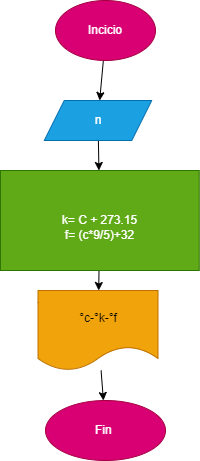
Before: diagrama.png, a diagram exported from draw.io (n4ncy27/-_quiz_). Source tidied: cells renumbered, new cells last; positions are measured from the earlier drawing's top-left corner, leaving out a move shared by most shapes.
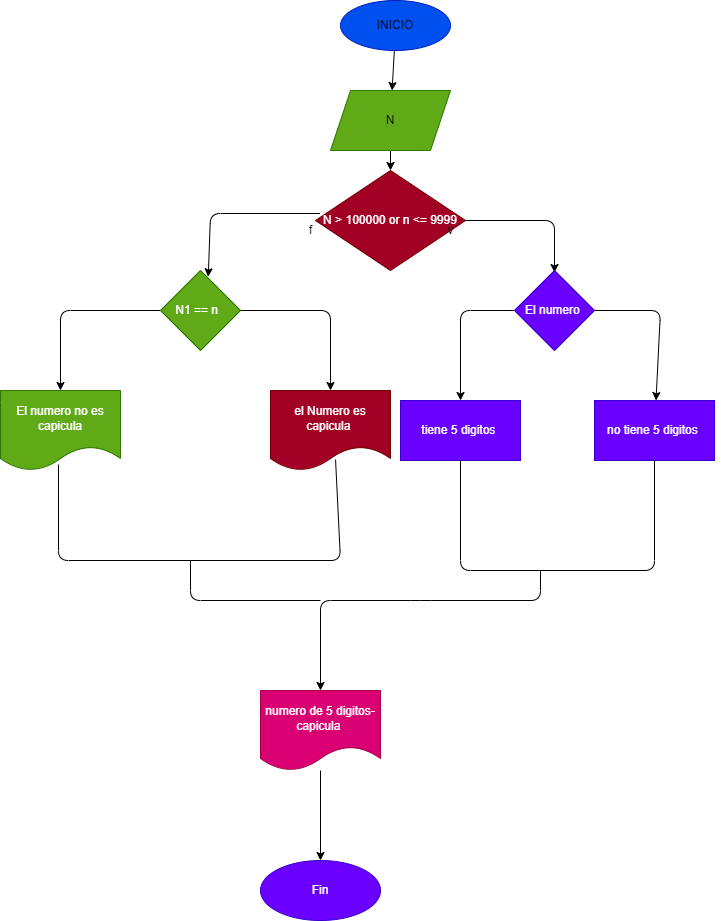
After the change.

Change to the diagram source:
```diff
@@ -2,32 +2,139 @@
   <root>
     <mxCell id="0" />
     <mxCell id="1" parent="0" />
+    <mxCell id="5" style="edgeStyle=none;html=1;fontColor=#000000;" parent="1" edge="1" source="2" target="4">
+      <mxGeometry relative="1" as="geometry" />
+    </mxCell>
-    <mxCell id="2" style="edgeStyle=none;html=1;" parent="1" edge="1" source="3" target="5">
-      <mxGeometry relative="1" as="geometry" />
+    <mxCell id="2" value="&lt;font color=&quot;#000000&quot;&gt;INICIO&lt;/font&gt;" style="ellipse;whiteSpace=wrap;html=1;fillColor=#0050ef;strokeColor=#001DBC;fontColor=#ffffff;" parent="1" vertex="1">
+      <mxGeometry x="25" width="110" height="50" as="geometry" />
     </mxCell>
-    <mxCell id="3" value="Incicio" style="ellipse;whiteSpace=wrap;html=1;fillColor=#d80073;fontColor=#ffffff;strokeColor=#A50040;" parent="1" vertex="1">
-      <mxGeometry x="55" width="100" height="60" as="geometry" />
-    </mxCell>
+    <mxCell id="7" style="edgeStyle=none;html=1;" parent="1" edge="1" source="4" target="11">
+      <mxGeometry relative="1" as="geometry" />
+    </mxCell>
-    <mxCell id="4" style="edgeStyle=none;html=1;" parent="1" edge="1" source="5" target="7">
-      <mxGeometry relative="1" as="geometry" />
+    <mxCell id="4" value="&lt;font color=&quot;#000000&quot;&gt;N&lt;/font&gt;" style="shape=parallelogram;perimeter=parallelogramPerimeter;whiteSpace=wrap;html=1;fixedSize=1;fillColor=#60a917;strokeColor=#2D7600;fontColor=#ffffff;" parent="1" vertex="1">
+      <mxGeometry x="15" y="90" width="120" height="60" as="geometry" />
     </mxCell>
-    <mxCell id="5" value="n" style="shape=parallelogram;perimeter=parallelogramPerimeter;whiteSpace=wrap;html=1;fixedSize=1;fillColor=#1ba1e2;strokeColor=#006EAF;fontColor=#ffffff;" parent="1" vertex="1">
-      <mxGeometry x="43.8" y="100" width="107.5" height="40" as="geometry" />
-    </mxCell>
-    <mxCell id="6" style="edgeStyle=none;html=1;" parent="1" edge="1" source="7" target="9">
-      <mxGeometry relative="1" as="geometry" />
-    </mxCell>
-    <mxCell id="7" value="&amp;nbsp;&amp;nbsp;&lt;br&gt;k= C + 273.15&lt;br&gt;f= (c*9/5)+32" style="whiteSpace=wrap;html=1;fillColor=#60a917;strokeColor=#2D7600;fontColor=#ffffff;" parent="1" vertex="1">
-      <mxGeometry y="170" width="198.8" height="100" as="geometry" />
-    </mxCell>
-    <mxCell id="8" style="edgeStyle=none;html=1;" parent="1" edge="1" source="9" target="10">
-      <mxGeometry relative="1" as="geometry" />
-    </mxCell>
+    <mxCell id="11" value="N &amp;gt; 100000 or n &amp;lt;= 9999" style="rhombus;whiteSpace=wrap;html=1;fillColor=#a20025;strokeColor=#6F0000;fontColor=#ffffff;" parent="1" vertex="1">
+      <mxGeometry y="170" width="150" height="100" as="geometry" />
+    </mxCell>
-    <mxCell id="9" value="°c-°k-°f" style="shape=document;whiteSpace=wrap;html=1;boundedLbl=1;fillColor=#f0a30a;strokeColor=#BD7000;fontColor=#000000;" parent="1" vertex="1">
-      <mxGeometry x="37.5" y="290" width="120" height="80" as="geometry" />
+    <mxCell id="9" style="endArrow=classic;html=1;exitX=1;exitY=0.5;exitDx=0;exitDy=0;entryX=0.45;entryY=0.025;entryDx=0;entryDy=0;entryPerimeter=0;" parent="1" edge="1" source="11">
+      <mxGeometry relative="1" as="geometry">
+        <mxPoint x="239" y="272" as="targetPoint" />
+        <Array as="points">
+          <mxPoint x="239" y="220" />
+        </Array>
+      </mxGeometry>
     </mxCell>
-    <mxCell id="10" value="Fin&amp;nbsp;" style="ellipse;whiteSpace=wrap;html=1;fillColor=#d80073;strokeColor=#A50040;fontColor=#ffffff;" parent="1" vertex="1">
-      <mxGeometry x="45" y="400" width="120" height="60" as="geometry" />
+    <mxCell id="10" style="endArrow=classic;html=1;exitX=0.029;exitY=0.43;exitDx=0;exitDy=0;exitPerimeter=0;entryX=0.398;entryY=-0.047;entryDx=0;entryDy=0;entryPerimeter=0;" parent="1" edge="1" source="11">
+      <mxGeometry relative="1" as="geometry">
+        <mxPoint x="-107.2" y="276.2" as="targetPoint" />
+        <Array as="points">
+          <mxPoint x="-105" y="213" />
+        </Array>
+      </mxGeometry>
     </mxCell>
+    <mxCell id="8" value="v" style="text;html=1;align=center;verticalAlign=middle;strokeColor=none;fillColor=none;" parent="1" vertex="1">
+      <mxGeometry x="125" y="220" width="20" height="20" as="geometry" />
+    </mxCell>
+    <mxCell id="12" value="f" style="text;html=1;align=center;verticalAlign=middle;strokeColor=none;fillColor=none;" parent="1" vertex="1">
+      <mxGeometry x="-15" y="220" width="20" height="20" as="geometry" />
+    </mxCell>
+    <mxCell id="13" style="edgeStyle=none;html=1;fontColor=#000000;" parent="1" edge="1" source="15" target="16">
+      <mxGeometry relative="1" as="geometry">
+        <Array as="points">
+          <mxPoint x="145" y="310" />
+        </Array>
+      </mxGeometry>
+    </mxCell>
+    <mxCell id="14" style="edgeStyle=none;html=1;fontColor=#FFFFFF;" parent="1" edge="1" source="15" target="18">
+      <mxGeometry relative="1" as="geometry">
+        <Array as="points">
+          <mxPoint x="345" y="310" />
+        </Array>
+      </mxGeometry>
+    </mxCell>
+    <mxCell id="15" value="El numero&amp;nbsp;" style="rhombus;whiteSpace=wrap;html=1;fontColor=#ffffff;fillColor=#6a00ff;strokeColor=#3700CC;" parent="1" vertex="1">
+      <mxGeometry x="199" y="270" width="80" height="80" as="geometry" />
+    </mxCell>
+    <mxCell id="16" value="tiene 5 digitos&amp;nbsp;" style="whiteSpace=wrap;html=1;fillColor=#6a00ff;strokeColor=#3700CC;fontColor=#ffffff;" parent="1" vertex="1">
+      <mxGeometry x="85" y="400" width="120" height="60" as="geometry" />
+    </mxCell>
+    <mxCell id="17" value="&lt;font color=&quot;#ffffff&quot;&gt;v&lt;/font&gt;" style="text;html=1;align=center;verticalAlign=middle;strokeColor=none;fillColor=none;fontColor=#000000;" parent="1" vertex="1">
+      <mxGeometry x="95" y="320" width="20" height="20" as="geometry" />
+    </mxCell>
+    <mxCell id="18" value="no tiene 5 digitos&amp;nbsp;" style="whiteSpace=wrap;html=1;fillColor=#6a00ff;strokeColor=#3700CC;fontColor=#ffffff;" parent="1" vertex="1">
+      <mxGeometry x="279" y="400" width="120" height="60" as="geometry" />
+    </mxCell>
+    <mxCell id="19" value="f" style="text;html=1;align=center;verticalAlign=middle;strokeColor=none;fillColor=none;fontColor=#FFFFFF;" parent="1" vertex="1">
+      <mxGeometry x="385" y="320" width="20" height="20" as="geometry" />
+    </mxCell>
+    <mxCell id="20" style="endArrow=none;html=1;fontColor=#FFFFFF;entryX=0.5;entryY=1;entryDx=0;entryDy=0;exitX=0.5;exitY=1;exitDx=0;exitDy=0;" parent="1" edge="1" source="16" target="18">
+      <mxGeometry relative="1" as="geometry">
+        <Array as="points">
+          <mxPoint x="145" y="570" />
+          <mxPoint x="339" y="570" />
+        </Array>
+      </mxGeometry>
+    </mxCell>
+    <mxCell id="21" style="endArrow=classic;html=1;fontColor=#FFFFFF;" parent="1" edge="1">
+      <mxGeometry relative="1" as="geometry">
+        <mxPoint x="225" y="570" as="sourcePoint" />
+        <mxPoint x="5" y="690" as="targetPoint" />
+        <Array as="points">
+          <mxPoint x="225" y="600" />
+          <mxPoint x="105" y="600" />
+          <mxPoint x="5" y="600" />
+        </Array>
+      </mxGeometry>
+    </mxCell>
+    <mxCell id="22" style="edgeStyle=none;html=1;fontColor=#FFFFFF;" parent="1" edge="1" source="23" target="26">
+      <mxGeometry relative="1" as="geometry">
+        <Array as="points">
+          <mxPoint x="-255" y="310" />
+        </Array>
+      </mxGeometry>
+    </mxCell>
+    <mxCell id="23" value="N1 == n&amp;nbsp;&amp;nbsp;" style="rhombus;whiteSpace=wrap;html=1;fontColor=#ffffff;fillColor=#60a917;strokeColor=#2D7600;" parent="1" vertex="1">
+      <mxGeometry x="-155" y="270" width="80" height="80" as="geometry" />
+    </mxCell>
+    <mxCell id="24" style="endArrow=classic;html=1;fontColor=#FFFFFF;exitX=1;exitY=0.5;exitDx=0;exitDy=0;" parent="1" edge="1" source="23" target="25">
+      <mxGeometry relative="1" as="geometry">
+        <Array as="points">
+          <mxPoint x="15" y="310" />
+        </Array>
+      </mxGeometry>
+    </mxCell>
+    <mxCell id="25" value="el Numero es capicula&amp;nbsp;" style="shape=document;whiteSpace=wrap;html=1;boundedLbl=1;fontColor=#ffffff;fillColor=#a20025;strokeColor=#6F0000;" parent="1" vertex="1">
+      <mxGeometry x="-45" y="390" width="120" height="80" as="geometry" />
+    </mxCell>
+    <mxCell id="26" value="El numero no es capicula" style="shape=document;whiteSpace=wrap;html=1;boundedLbl=1;fillColor=#60a917;strokeColor=#2D7600;fontColor=#ffffff;" parent="1" vertex="1">
+      <mxGeometry x="-315" y="390" width="120" height="80" as="geometry" />
+    </mxCell>
+    <mxCell id="27" style="endArrow=none;html=1;fontColor=#FFFFFF;exitX=0.483;exitY=0.925;exitDx=0;exitDy=0;exitPerimeter=0;entryX=0.542;entryY=0.863;entryDx=0;entryDy=0;entryPerimeter=0;" parent="1" edge="1" source="26" target="25">
+      <mxGeometry relative="1" as="geometry">
+        <Array as="points">
+          <mxPoint x="-257" y="560" />
+          <mxPoint x="25" y="560" />
+        </Array>
+      </mxGeometry>
+    </mxCell>
+    <mxCell id="28" style="endArrow=none;html=1;fontColor=#FFFFFF;" parent="1" edge="1">
+      <mxGeometry relative="1" as="geometry">
+        <mxPoint x="-125" y="560" as="sourcePoint" />
+        <mxPoint x="5" y="600" as="targetPoint" />
+        <Array as="points">
+          <mxPoint x="-125" y="600" />
+        </Array>
+      </mxGeometry>
+    </mxCell>
+    <mxCell id="29" style="edgeStyle=none;html=1;fontColor=#FFFFFF;" parent="1" edge="1" source="30" target="31">
+      <mxGeometry relative="1" as="geometry" />
+    </mxCell>
+    <mxCell id="30" value="numero de 5 digitos- capicula&amp;nbsp;" style="shape=document;whiteSpace=wrap;html=1;boundedLbl=1;fontColor=#ffffff;fillColor=#d80073;strokeColor=#A50040;" parent="1" vertex="1">
+      <mxGeometry x="-55" y="690" width="120" height="80" as="geometry" />
+    </mxCell>
+    <mxCell id="31" value="Fin" style="ellipse;whiteSpace=wrap;html=1;fillColor=#6a00ff;strokeColor=#3700CC;fontColor=#ffffff;" parent="1" vertex="1">
+      <mxGeometry x="-55" y="860" width="120" height="60" as="geometry" />
+    </mxCell>
   </root>
 </mxGraphModel>
```
